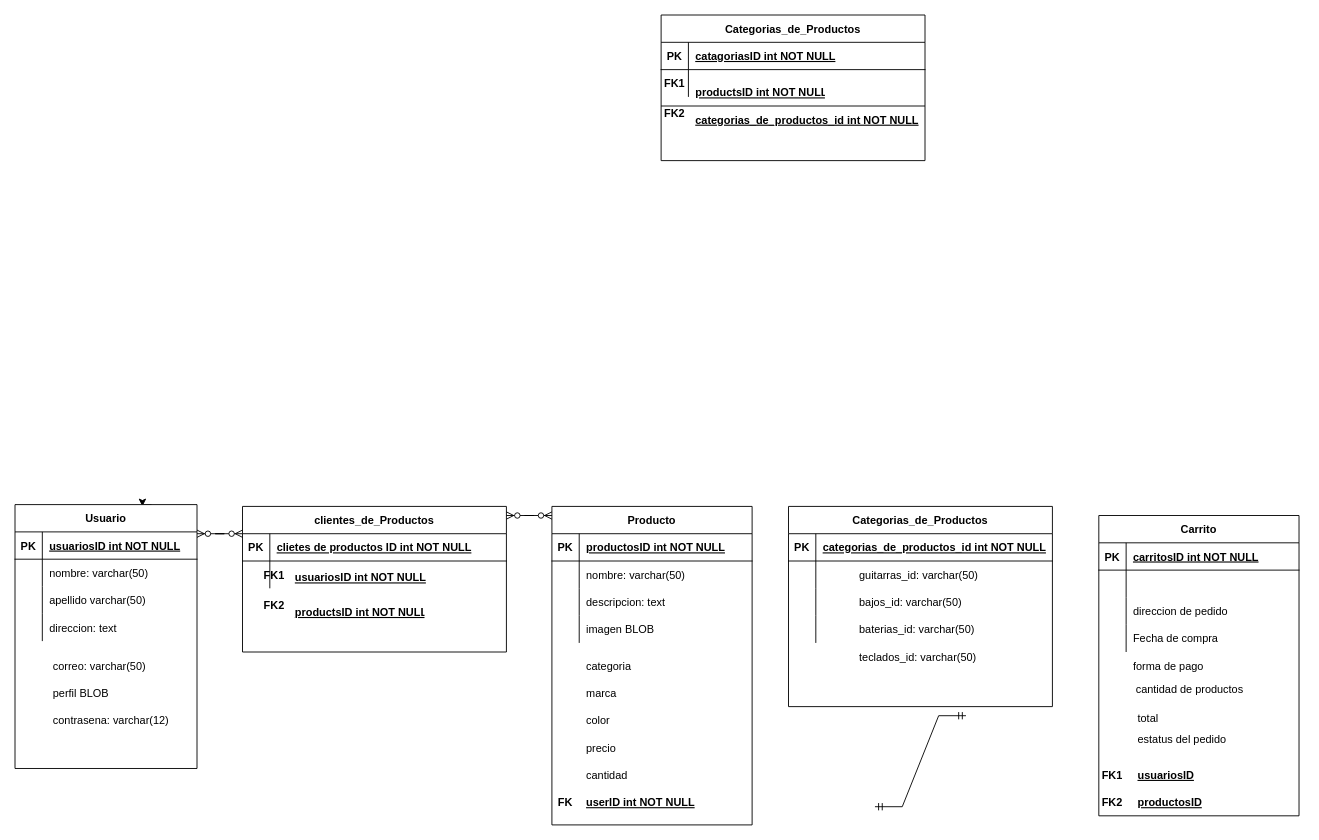
Above: Untitled Diagram.drawio in poncedezign/Grupo2_Curso_Full_Stack (draw.io), before the change. Source tidied: cells renumbered, new cells numbered last; positions are measured from the earlier drawing's top-left corner, leaving out a move shared by most shapes. Both pictures are drawn from the tidied source at 91%, with x=0, y=0 at pixel (15, 15).
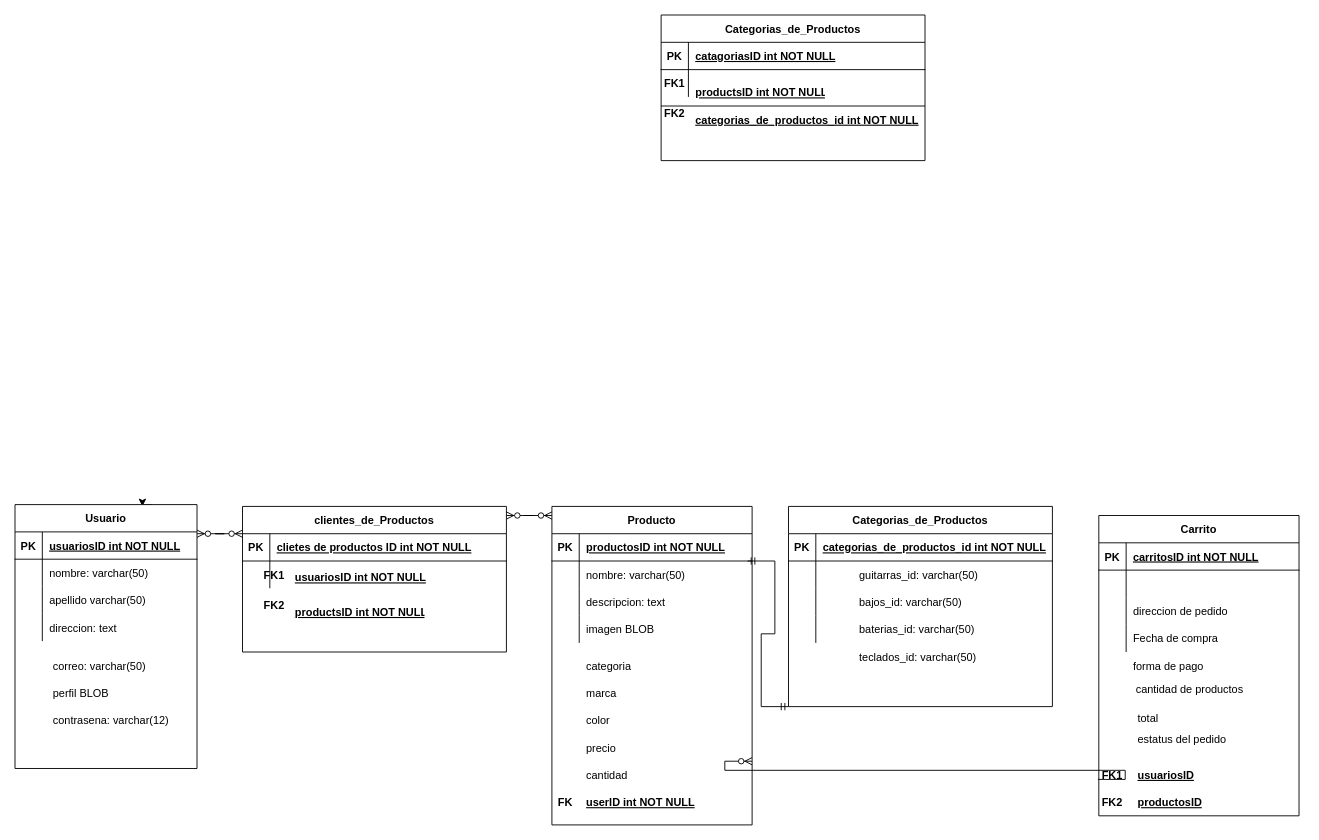
Above is the later version.

Unchanged cells that the change refers to:
```xml
<mxCell id="41" value="Categorias_de_Productos" style="shape=table;startSize=30;childLayout=tableLayout;rowLines=0;fontStyle=1;align=center;" parent="1" vertex="1">
  <mxGeometry x="850" y="540" width="290" height="220" as="geometry" />
</mxCell>
```

Diff of the diagram source:
```diff
@@
-    <mxCell id="104" style="edgeStyle=entityRelationEdgeStyle;fontSize=12;html=1;endArrow=ERmandOne;startArrow=ERmandOne;rounded=0;" parent="1" edge="1">
+    <mxCell id="104" style="edgeStyle=entityRelationEdgeStyle;fontSize=12;html=1;endArrow=ERmandOne;startArrow=ERmandOne;rounded=0;entryX=0;entryY=1;entryDx=0;entryDy=0;" parent="1" edge="1" target="41">
       <mxGeometry relative="1" as="geometry">
-        <mxPoint x="945" y="870" as="sourcePoint" />
-        <mxPoint x="1045" y="770" as="targetPoint" />
+        <mxPoint x="805" y="600" as="sourcePoint" />
       </mxGeometry>
     </mxCell>
+    <mxCell id="105" style="edgeStyle=entityRelationEdgeStyle;fontSize=12;html=1;endArrow=ERzeroToMany;endFill=1;rounded=0;" parent="1" edge="1">
+      <mxGeometry relative="1" as="geometry">
+        <mxPoint x="1190" y="840" as="sourcePoint" />
+        <mxPoint x="810" y="820" as="targetPoint" />
+      </mxGeometry>
+    </mxCell>
```
